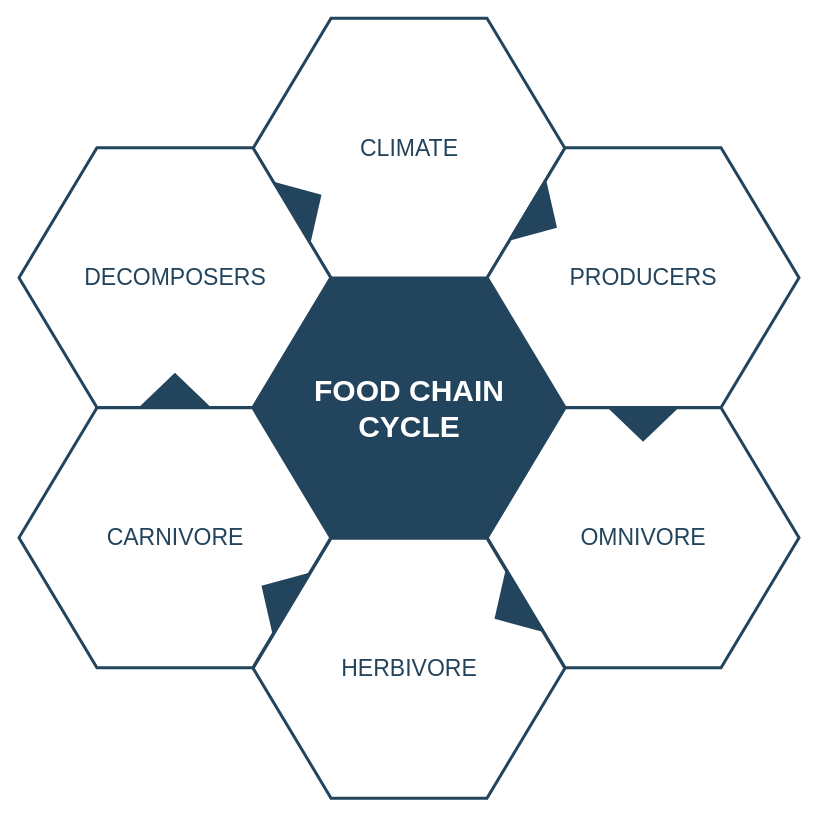
This is xadmin.drawio from airdb/drawio, a draw.io file, before an edit. Source tidied: cells renumbered, new cells numbered last; positions are measured from the earlier drawing's top-left corner, leaving out a move shared by most shapes. Both pictures are drawn from the tidied source at 100%, with x=0, y=0 at pixel (18, 18).
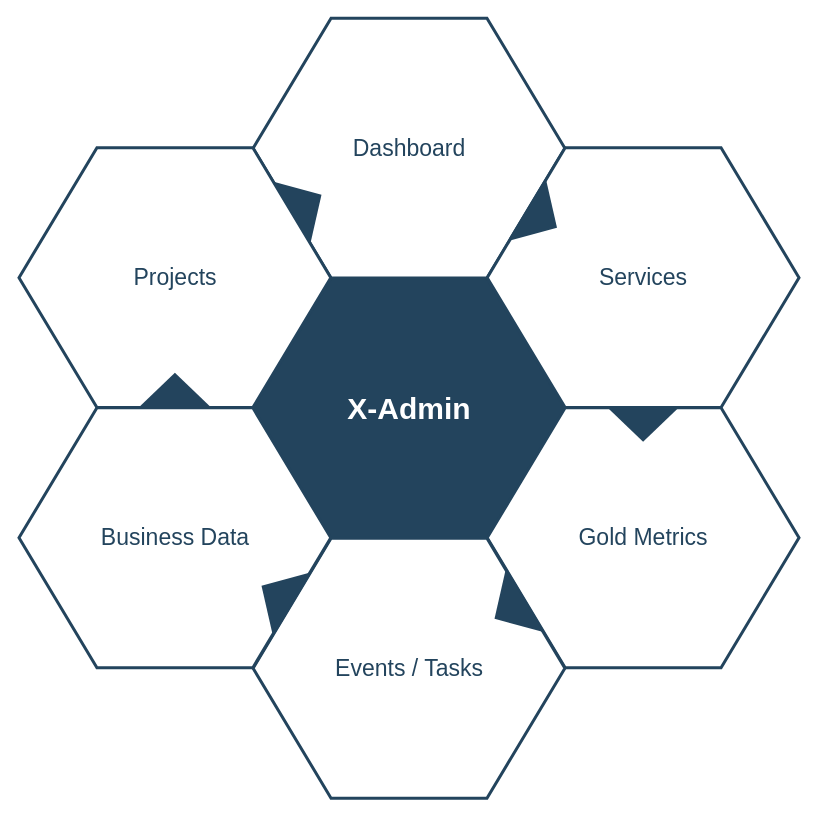
After the change.

The edit, as a diff of the source:
```diff
@@
 <mxGraphModel background="#ffffff">
   <root>
     <mxCell id="0" />
     <mxCell id="1" parent="0" />
-    <mxCell id="2" value="&lt;font style=&quot;font-size: 30px&quot; color=&quot;#ffffff&quot;&gt;&lt;b&gt;&lt;span&gt;FOOD CHAIN&lt;/span&gt;&lt;br&gt;&lt;span&gt;CYCLE&lt;/span&gt;&lt;/b&gt;&lt;/font&gt;&lt;br&gt;" style="shape=hexagon;perimeter=hexagonPerimeter2;whiteSpace=wrap;html=1;shadow=0;labelBackgroundColor=none;strokeColor=#23445D;fillColor=#23445D;gradientColor=none;fontFamily=Helvetica;fontSize=23;fontColor=#23445d;align=center;strokeWidth=3;" parent="1" vertex="1">
+    <mxCell id="2" value="&lt;font style=&quot;font-size: 30px&quot; color=&quot;#ffffff&quot;&gt;&lt;b&gt;&lt;span&gt;X-Admin&lt;/span&gt;&lt;/b&gt;&lt;/font&gt;" style="shape=hexagon;perimeter=hexagonPerimeter2;whiteSpace=wrap;html=1;shadow=0;labelBackgroundColor=none;strokeColor=#23445D;fillColor=#23445D;gradientColor=none;fontFamily=Helvetica;fontSize=23;fontColor=#23445d;align=center;strokeWidth=3;" parent="1" vertex="1">
       <mxGeometry x="234.6" y="259.8" width="311.8" height="259.9" as="geometry" />
     </mxCell>
     <mxCell id="3" style="triangle;whiteSpace=wrap;html=1;shadow=0;labelBackgroundColor=none;strokeColor=none;fillColor=#FFFFFF;fontFamily=Helvetica;fontSize=17;fontColor=#23445d;align=center;rotation=90;gradientColor=none;flipV=1;flipH=1;opacity=20;" parent="1" vertex="1">
       <mxGeometry x="115.5" y="277.7" width="72" height="152" as="geometry" />
     </mxCell>
-    <mxCell id="4" value="&lt;font style=&quot;font-size: 23px&quot;&gt;CLIMATE&lt;/font&gt;" style="shape=hexagon;perimeter=hexagonPerimeter2;whiteSpace=wrap;html=1;shadow=0;labelBackgroundColor=none;strokeColor=#23445D;fillColor=#ffffff;gradientColor=none;fontFamily=Helvetica;fontSize=23;fontColor=#23445D;align=center;strokeWidth=3;" parent="1" vertex="1">
+    <mxCell id="4" value="&lt;font style=&quot;font-size: 23px&quot;&gt;Dashboard&lt;/font&gt;" style="shape=hexagon;perimeter=hexagonPerimeter2;whiteSpace=wrap;html=1;shadow=0;labelBackgroundColor=none;strokeColor=#23445D;fillColor=#ffffff;gradientColor=none;fontFamily=Helvetica;fontSize=23;fontColor=#23445D;align=center;strokeWidth=3;" parent="1" vertex="1">
       <mxGeometry x="234.6" y="-0.3" width="311.8" height="259.9" as="geometry" />
     </mxCell>
-    <mxCell id="5" value="&lt;font style=&quot;font-size: 23px&quot;&gt;PRODUCERS&lt;/font&gt;" style="shape=hexagon;perimeter=hexagonPerimeter2;whiteSpace=wrap;html=1;shadow=0;labelBackgroundColor=none;strokeColor=#23445D;fillColor=#FFFFFF;gradientColor=none;fontFamily=Helvetica;fontSize=23;fontColor=#23445d;align=center;strokeWidth=3;" parent="1" vertex="1">
+    <mxCell id="5" value="&lt;font style=&quot;font-size: 23px&quot;&gt;Services&lt;/font&gt;" style="shape=hexagon;perimeter=hexagonPerimeter2;whiteSpace=wrap;html=1;shadow=0;labelBackgroundColor=none;strokeColor=#23445D;fillColor=#FFFFFF;gradientColor=none;fontFamily=Helvetica;fontSize=23;fontColor=#23445d;align=center;strokeWidth=3;" parent="1" vertex="1">
       <mxGeometry x="468.7" y="129.2" width="311.8" height="259.9" as="geometry" />
     </mxCell>
-    <mxCell id="6" value="&lt;font style=&quot;font-size: 23px&quot;&gt;OMNIVORE&lt;/font&gt;" style="shape=hexagon;perimeter=hexagonPerimeter2;whiteSpace=wrap;html=1;shadow=0;labelBackgroundColor=none;strokeColor=#23445D;fillColor=#FFFFFF;gradientColor=none;fontFamily=Helvetica;fontSize=23;fontColor=#23445d;align=center;strokeWidth=3;" parent="1" vertex="1">
+    <mxCell id="6" value="Gold Metrics" style="shape=hexagon;perimeter=hexagonPerimeter2;whiteSpace=wrap;html=1;shadow=0;labelBackgroundColor=none;strokeColor=#23445D;fillColor=#FFFFFF;gradientColor=none;fontFamily=Helvetica;fontSize=23;fontColor=#23445d;align=center;strokeWidth=3;" parent="1" vertex="1">
       <mxGeometry x="468.7" y="389.3" width="311.8" height="259.9" as="geometry" />
     </mxCell>
-    <mxCell id="7" value="&lt;font style=&quot;font-size: 23px&quot;&gt;HERBIVORE&lt;/font&gt;" style="shape=hexagon;perimeter=hexagonPerimeter2;whiteSpace=wrap;html=1;shadow=0;labelBackgroundColor=none;strokeColor=#23445D;fillColor=#FFFFFF;gradientColor=none;fontFamily=Helvetica;fontSize=23;fontColor=#23445d;align=center;strokeWidth=3;" parent="1" vertex="1">
+    <mxCell id="7" value="&lt;font style=&quot;font-size: 23px&quot;&gt;Events / Tasks&lt;/font&gt;" style="shape=hexagon;perimeter=hexagonPerimeter2;whiteSpace=wrap;html=1;shadow=0;labelBackgroundColor=none;strokeColor=#23445D;fillColor=#FFFFFF;gradientColor=none;fontFamily=Helvetica;fontSize=23;fontColor=#23445d;align=center;strokeWidth=3;" parent="1" vertex="1">
       <mxGeometry x="234.6" y="519.8" width="311.8" height="259.9" as="geometry" />
     </mxCell>
-    <mxCell id="8" value="&lt;font style=&quot;font-size: 23px&quot;&gt;CARNIVORE&lt;/font&gt;" style="shape=hexagon;perimeter=hexagonPerimeter2;whiteSpace=wrap;html=1;shadow=0;labelBackgroundColor=none;strokeColor=#23445D;fillColor=#FFFFFF;gradientColor=none;fontFamily=Helvetica;fontSize=23;fontColor=#23445d;align=center;strokeWidth=3;" parent="1" vertex="1">
+    <mxCell id="8" value="Business Data" style="shape=hexagon;perimeter=hexagonPerimeter2;whiteSpace=wrap;html=1;shadow=0;labelBackgroundColor=none;strokeColor=#23445D;fillColor=#FFFFFF;gradientColor=none;fontFamily=Helvetica;fontSize=23;fontColor=#23445d;align=center;strokeWidth=3;" parent="1" vertex="1">
       <mxGeometry x="0.5" y="389.3" width="311.8" height="259.9" as="geometry" />
     </mxCell>
-    <mxCell id="9" value="&lt;font style=&quot;font-size: 23px;&quot;&gt;DECOMPOSERS&lt;/font&gt;" style="shape=hexagon;perimeter=hexagonPerimeter2;whiteSpace=wrap;html=1;shadow=0;labelBackgroundColor=none;strokeColor=#23445D;fillColor=#ffffff;gradientColor=none;fontFamily=Helvetica;fontSize=23;fontColor=#23445D;align=center;strokeWidth=3;" parent="1" vertex="1">
+    <mxCell id="9" value="Projects" style="shape=hexagon;perimeter=hexagonPerimeter2;whiteSpace=wrap;html=1;shadow=0;labelBackgroundColor=none;strokeColor=#23445D;fillColor=#ffffff;gradientColor=none;fontFamily=Helvetica;fontSize=23;fontColor=#23445D;align=center;strokeWidth=3;" parent="1" vertex="1">
       <mxGeometry x="0.5" y="129.2" width="311.8" height="259.9" as="geometry" />
     </mxCell>
     <mxCell id="10" style="triangle;whiteSpace=wrap;html=1;shadow=0;labelBackgroundColor=none;strokeColor=none;fillColor=#23445D;fontFamily=Helvetica;fontSize=17;fontColor=#23445d;align=center;rotation=31;gradientColor=none;strokeWidth=3;" parent="1" vertex="1">
       <mxGeometry x="506" y="163.7" width="35" height="73" as="geometry" />
     </mxCell>
     <mxCell id="11" style="triangle;whiteSpace=wrap;html=1;shadow=0;labelBackgroundColor=none;strokeColor=none;fillColor=#23445D;fontFamily=Helvetica;fontSize=17;fontColor=#23445d;align=center;rotation=31;gradientColor=none;flipH=1;strokeWidth=3;" parent="1" vertex="1">
       <mxGeometry x="240.5" y="539.7" width="35" height="73" as="geometry" />
     </mxCell>
     <mxCell id="12" style="triangle;whiteSpace=wrap;html=1;shadow=0;labelBackgroundColor=none;strokeColor=none;fillColor=#23445D;fontFamily=Helvetica;fontSize=17;fontColor=#23445d;align=center;rotation=329;gradientColor=none;strokeWidth=3;" parent="1" vertex="1">
       <mxGeometry x="270.5" y="148.7" width="35" height="73" as="geometry" />
     </mxCell>
     <mxCell id="13" style="triangle;whiteSpace=wrap;html=1;shadow=0;labelBackgroundColor=none;strokeColor=none;fillColor=#23445D;fontFamily=Helvetica;fontSize=17;fontColor=#23445d;align=center;rotation=329;gradientColor=none;flipH=1;strokeWidth=3;" parent="1" vertex="1">
       <mxGeometry x="473.5" y="554.7" width="35" height="73" as="geometry" />
     </mxCell>
     <mxCell id="14" style="triangle;whiteSpace=wrap;html=1;shadow=0;labelBackgroundColor=none;strokeColor=none;fillColor=#23445D;fontFamily=Helvetica;fontSize=17;fontColor=#23445d;align=center;rotation=90;gradientColor=none;strokeWidth=3;" parent="1" vertex="1">
       <mxGeometry x="607.1" y="369.2" width="35" height="73" as="geometry" />
     </mxCell>
     <mxCell id="15" style="triangle;whiteSpace=wrap;html=1;shadow=0;labelBackgroundColor=none;strokeColor=none;fillColor=#23445D;fontFamily=Helvetica;fontSize=17;fontColor=#23445d;align=center;rotation=90;gradientColor=none;flipH=1;strokeWidth=3;" parent="1" vertex="1">
       <mxGeometry x="138.9" y="335.2" width="35" height="73" as="geometry" />
     </mxCell>
   </root>
 </mxGraphModel>
```
